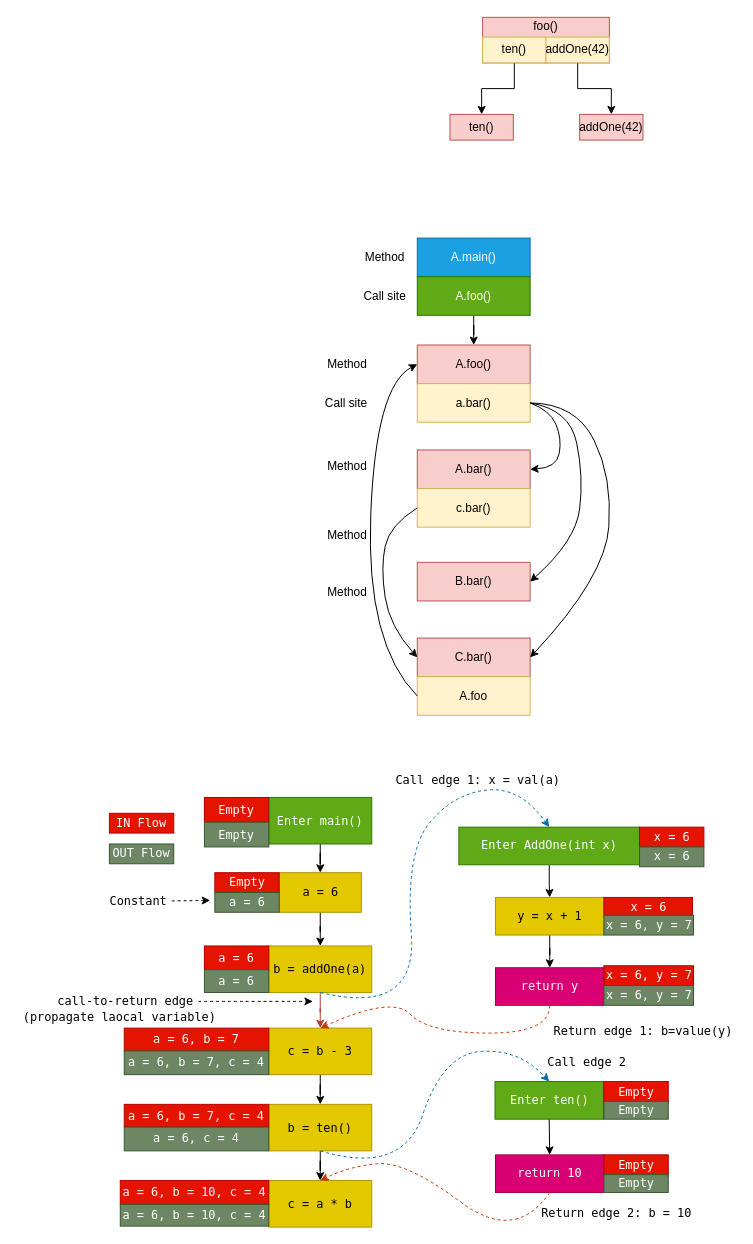
The draw.io diagram course/static-program-analysis/static-program-analysis-05-interprocedural-analysis/未命名绘图.drawio in K1ose/K1ose.github.io, before the edit. Source tidied: cells renumbered, new cells numbered last; positions are measured from the earlier drawing's top-left corner, leaving out a move shared by most shapes. Both pictures are drawn from the tidied source at 99%, with x=0, y=0 at pixel (17, 17).
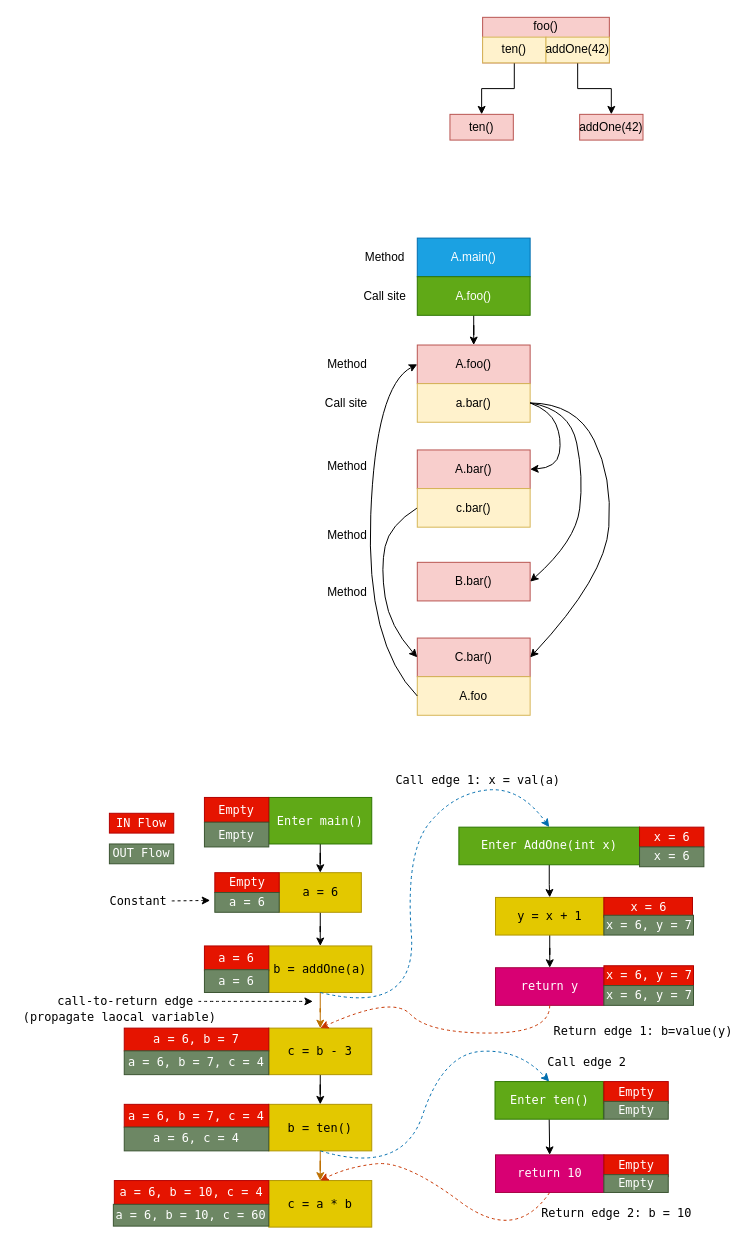
The same page after the edit.

Unchanged cells that the change refers to:
```xml
<mxCell id="36" value="&lt;font face=&quot;Lucida Console&quot;&gt;b = addOne(a)&lt;/font&gt;" style="rounded=0;whiteSpace=wrap;html=1;fillColor=#e3c800;fontColor=#000000;strokeColor=#B09500;" parent="1" vertex="1">
  <mxGeometry x="254" y="938" width="104" height="47" as="geometry" />
</mxCell>
<mxCell id="38" value="&lt;font face=&quot;Lucida Console&quot;&gt;c = b - 3&lt;/font&gt;" style="rounded=0;whiteSpace=wrap;html=1;fillColor=#e3c800;fontColor=#000000;strokeColor=#B09500;" parent="1" vertex="1">
  <mxGeometry x="254" y="1021" width="104" height="47" as="geometry" />
</mxCell>
<mxCell id="40" value="&lt;font face=&quot;Lucida Console&quot;&gt;b = ten()&lt;/font&gt;" style="rounded=0;whiteSpace=wrap;html=1;fillColor=#e3c800;fontColor=#000000;strokeColor=#B09500;" parent="1" vertex="1">
  <mxGeometry x="254" y="1098" width="104" height="47" as="geometry" />
</mxCell>
<mxCell id="41" value="&lt;font face=&quot;Lucida Console&quot;&gt;c = a * b&lt;/font&gt;" style="rounded=0;whiteSpace=wrap;html=1;fillColor=#e3c800;fontColor=#000000;strokeColor=#B09500;" parent="1" vertex="1">
  <mxGeometry x="254" y="1175" width="104" height="47" as="geometry" />
</mxCell>
```

Diff of the diagram source:
```diff
@@
-    <mxCell id="35" style="edgeStyle=orthogonalEdgeStyle;rounded=0;jettySize=auto;html=1;fontFamily=Lucida Console;fillColor=#fad9d5;strokeColor=#ae4132;" parent="1" edge="1" source="36" target="38">
+    <mxCell id="35" style="edgeStyle=orthogonalEdgeStyle;rounded=0;jettySize=auto;html=1;fontFamily=Lucida Console;fillColor=#f0a30a;strokeColor=#BD7000;" parent="1" edge="1" source="36" target="38">
       <mxGeometry relative="1" as="geometry" />
     </mxCell>
@@
-    <mxCell id="39" style="edgeStyle=orthogonalEdgeStyle;rounded=0;jettySize=auto;html=1;fontFamily=Lucida Console;" parent="1" edge="1" source="40" target="41">
+    <mxCell id="39" style="edgeStyle=orthogonalEdgeStyle;rounded=0;jettySize=auto;html=1;fontFamily=Lucida Console;fillColor=#f0a30a;strokeColor=#BD7000;" parent="1" edge="1" source="40" target="41">
       <mxGeometry relative="1" as="geometry" />
     </mxCell>
@@
     <mxCell id="85" value="&lt;span style=&quot;font-family: &amp;#34;lucida console&amp;#34;&quot;&gt;a = 6, b = 10, c = 4&lt;/span&gt;" style="rounded=0;whiteSpace=wrap;html=1;fillColor=#e51400;fontColor=#ffffff;strokeColor=#B20000;" parent="1" vertex="1">
-      <mxGeometry x="104" y="1175" width="150" height="24" as="geometry" />
+      <mxGeometry x="98" y="1175" width="156" height="24" as="geometry" />
     </mxCell>
-    <mxCell id="86" value="&lt;span style=&quot;font-family: &amp;#34;lucida console&amp;#34;&quot;&gt;a = 6, b = 10, c = 4&lt;/span&gt;" style="rounded=0;whiteSpace=wrap;html=1;fillColor=#6d8764;fontColor=#ffffff;strokeColor=#3A5431;" parent="1" vertex="1">
-      <mxGeometry x="104" y="1199" width="150" height="22" as="geometry" />
+    <mxCell id="86" value="&lt;span style=&quot;font-family: &amp;#34;lucida console&amp;#34;&quot;&gt;a = 6, b = 10, c = 60&lt;/span&gt;" style="rounded=0;whiteSpace=wrap;html=1;fillColor=#6d8764;fontColor=#ffffff;strokeColor=#3A5431;" parent="1" vertex="1">
+      <mxGeometry x="97" y="1199" width="157" height="22" as="geometry" />
     </mxCell>
```
